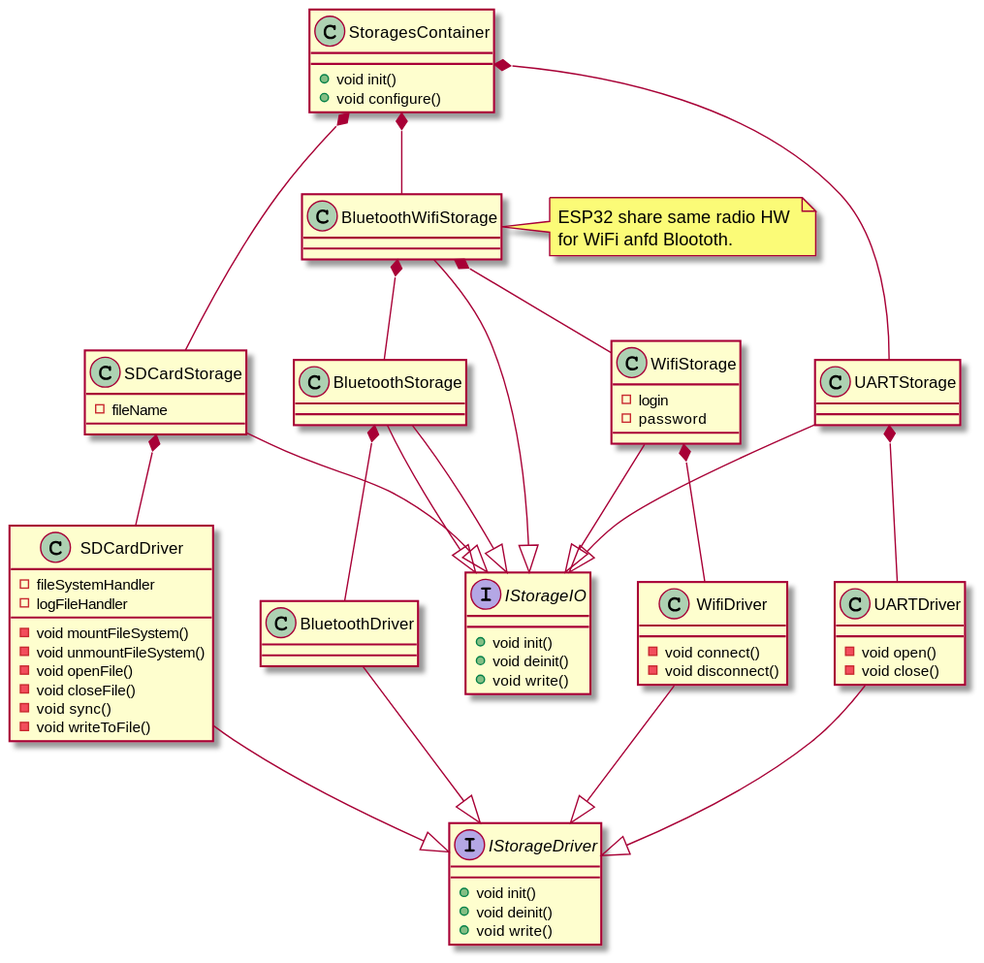
This is Documentation/Diagrams/Storage.svg from RobertGawron/HardwareDataLogger, a PlantUML export, as it was before one commit.
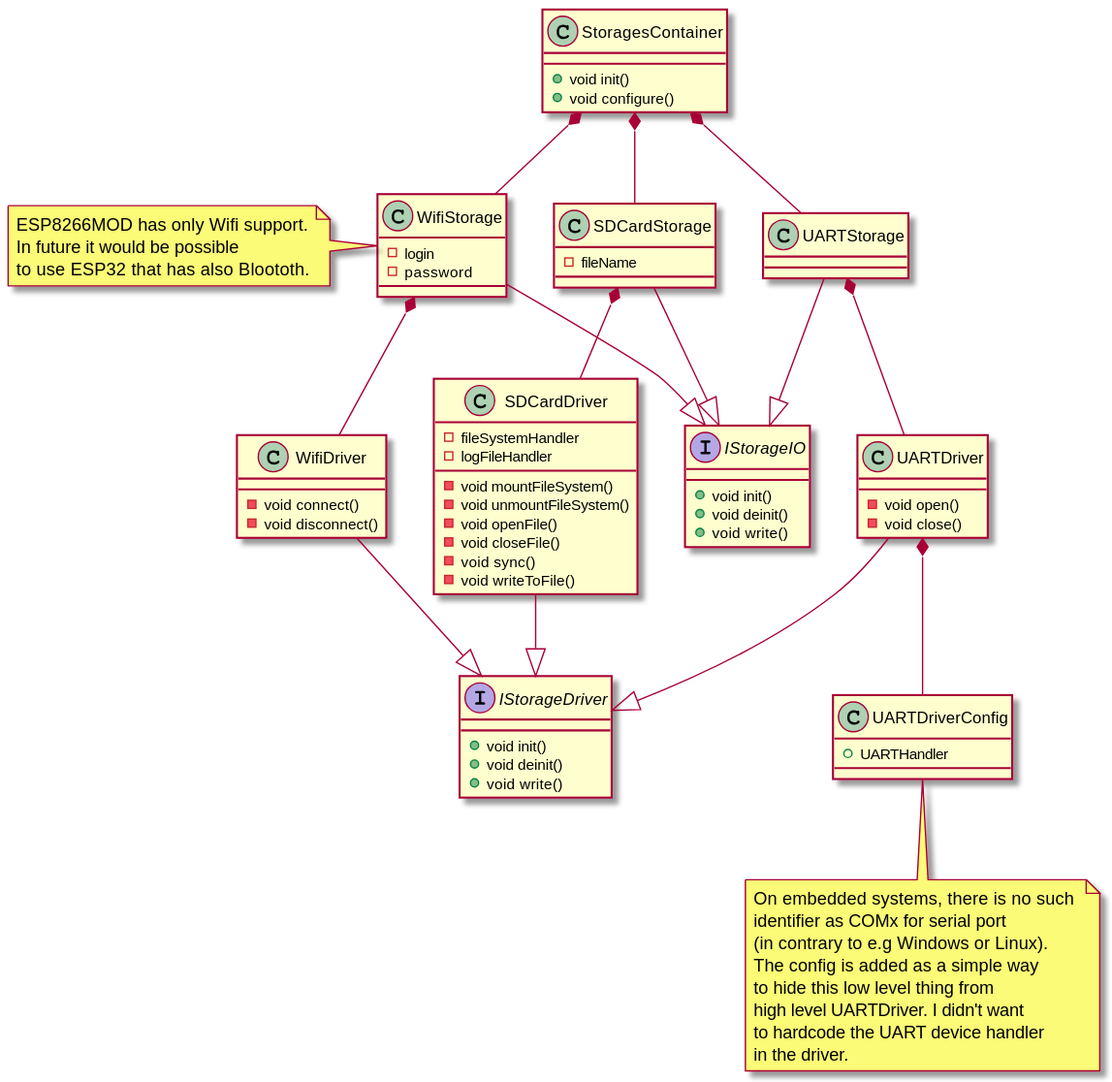
The same file after the commit.

Diff of the diagram source:
```diff
@@ -5,8 +5,7 @@
     +void configure()
 }
 
-class BluetoothWifiStorage {
-}
+
 
 interface IStorageIO {
     +void init()
@@ -27,14 +26,17 @@
 class UARTStorage {
 }
 
+note left of WifiStorage
+ESP8266MOD has only Wifi support.
+In future it would be possible
+to use ESP32 that has also Bloototh.
+end note
+
 class WifiStorage {
     -login
     -password
 }
 
-note right of BluetoothWifiStorage: ESP32 share same radio HW \nfor WiFi anfd Bloototh.
-class BluetoothStorage {
-}
 
 class SDCardDriver {
     -void mountFileSystem()
@@ -53,38 +55,41 @@
     -void close()
 }
 
+note bottom of UARTDriverConfig
+On embedded systems, there is no such
+identifier as COMx for serial port
+(in contrary to e.g Windows or Linux).
+The config is added as a simple way
+to hide this low level thing from
+high level UARTDriver. I didn't want
+to hardcode the UART device handler
+in the driver.
+end note
+class UARTDriverConfig {
+    +UARTHandler
+}
+
 class WifiDriver {
     -void connect()
     -void disconnect()
 }
 
-class BluetoothDriver {
-}
-
-
-BluetoothWifiStorage *-- BluetoothStorage
-BluetoothWifiStorage *-- WifiStorage
-
-StoragesContainer *-- BluetoothWifiStorage
 StoragesContainer *-- SDCardStorage
 StoragesContainer *-- UARTStorage
+StoragesContainer *-- WifiStorage
 
-BluetoothWifiStorage --|> IStorageIO
-BluetoothStorage --|> IStorageIO
 SDCardStorage --|> IStorageIO
 WifiStorage --|> IStorageIO
 UARTStorage --|> IStorageIO
-BluetoothStorage --|> IStorageIO
 
 UARTStorage *-- UARTDriver
 SDCardStorage *-- SDCardDriver
 WifiStorage *-- WifiDriver
-BluetoothStorage *-- BluetoothDriver
 
 SDCardDriver --|> IStorageDriver
 UARTDriver --|> IStorageDriver
-BluetoothDriver --|> IStorageDriver
 WifiDriver --|> IStorageDriver
 
+UARTDriver *-- UARTDriverConfig
 
 @enduml
```
